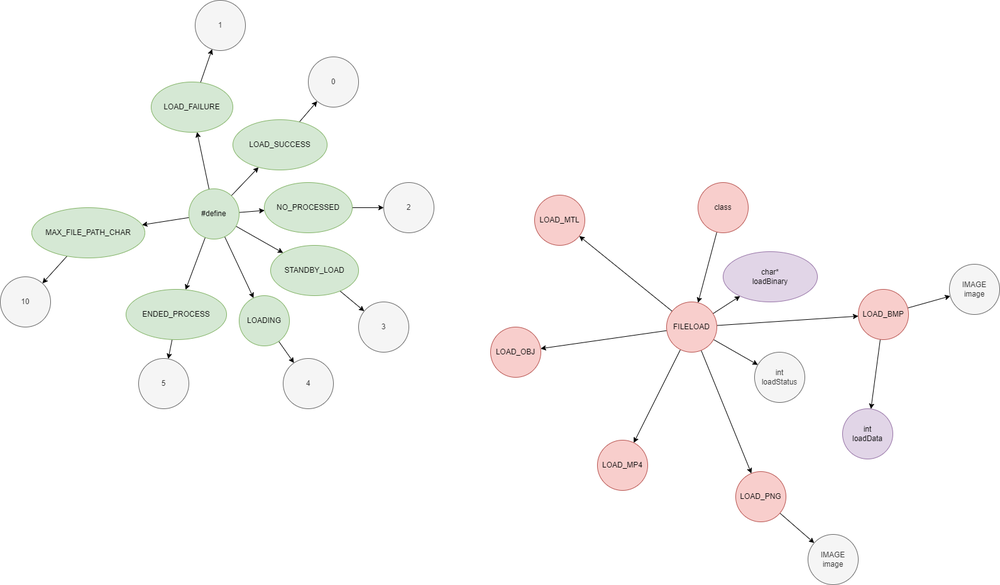
This is drawio/files/load/h.drawio.png from Tanso-mct/GLPA, a draw.io export, as it was before one commit. Source tidied: cells renumbered, new cells last; positions are measured from the earlier drawing's top-left corner, leaving out a move shared by most shapes.
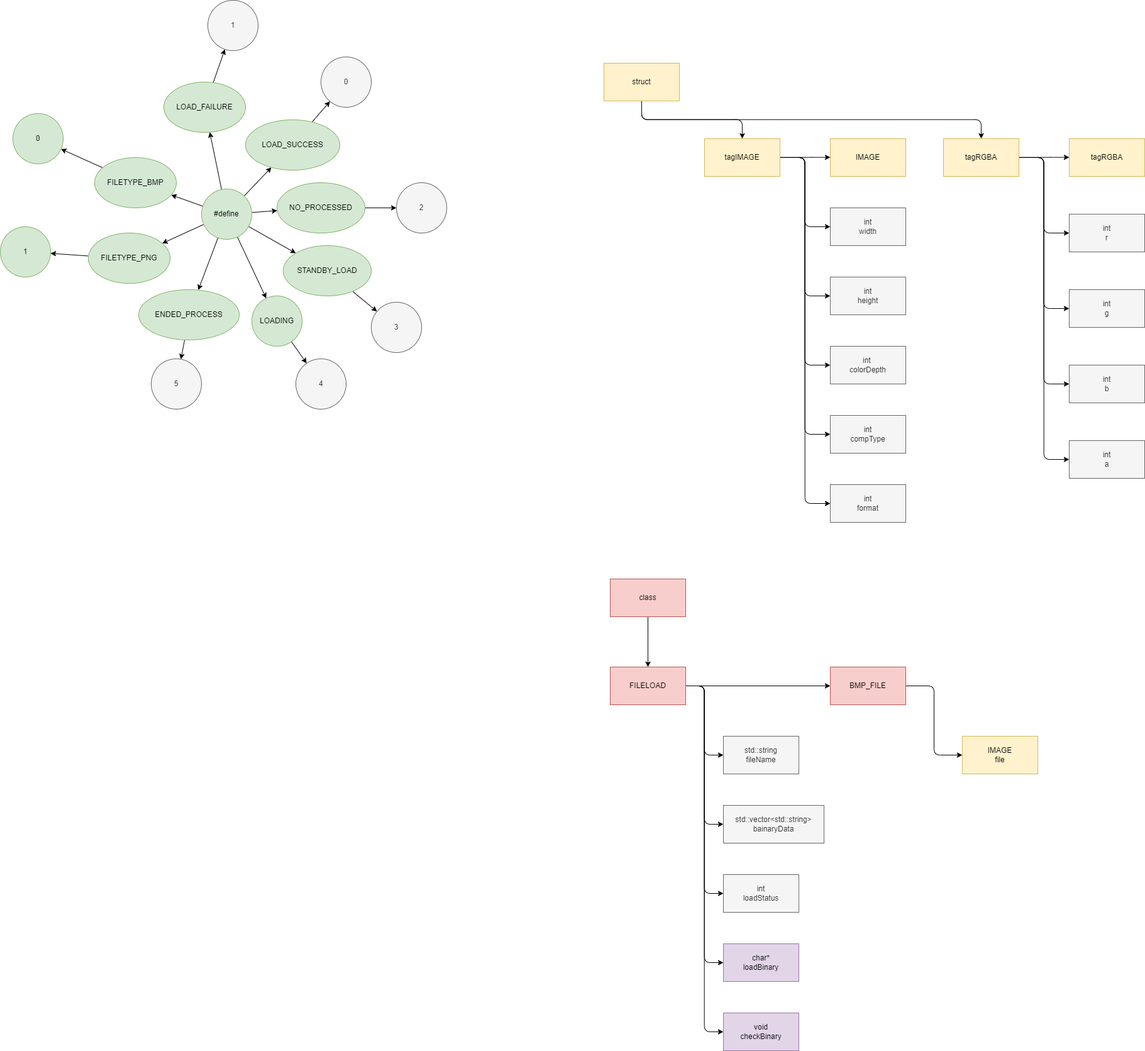
Later version of the same file.

Diff of the diagram source:
```diff
@@ -4,71 +4,52 @@
     <mxCell id="1" parent="0" />
-    <mxCell id="2" style="edgeStyle=none;html=1;fontFamily=Helvetica;fontSize=12;fontColor=#333333;" parent="1" edge="1" source="3" target="11">
-      <mxGeometry relative="1" as="geometry" />
-    </mxCell>
-    <mxCell id="3" value="class" style="ellipse;whiteSpace=wrap;html=1;fillColor=#f8cecc;strokeColor=#b85450;" parent="1" vertex="1">
-      <mxGeometry x="1110" y="290" width="80" height="80" as="geometry" />
-    </mxCell>
-    <mxCell id="4" style="edgeStyle=none;html=1;fontFamily=Helvetica;fontSize=12;fontColor=#333333;" parent="1" edge="1" source="11" target="14">
-      <mxGeometry relative="1" as="geometry" />
+    <mxCell id="4" style="edgeStyle=none;html=1;fontFamily=Helvetica;fontSize=12;fontColor=#333333;" parent="1" edge="1">
+      <mxGeometry relative="1" as="geometry">
+        <mxPoint x="1149.5" y="536.4" as="sourcePoint" />
+      </mxGeometry>
     </mxCell>
-    <mxCell id="5" style="edgeStyle=none;html=1;fontFamily=Helvetica;fontSize=12;fontColor=#333333;" parent="1" edge="1" source="11" target="15">
-      <mxGeometry relative="1" as="geometry" />
+    <mxCell id="5" style="edgeStyle=none;html=1;fontFamily=Helvetica;fontSize=12;fontColor=#333333;" parent="1" edge="1">
+      <mxGeometry relative="1" as="geometry">
+        <mxPoint x="1144.5" y="550.2" as="sourcePoint" />
+      </mxGeometry>
     </mxCell>
-    <mxCell id="6" style="edgeStyle=none;html=1;fontFamily=Helvetica;fontSize=12;fontColor=#333333;" parent="1" edge="1" source="11" target="17">
-      <mxGeometry relative="1" as="geometry" />
+    <mxCell id="6" style="edgeStyle=none;html=1;fontFamily=Helvetica;fontSize=12;fontColor=#333333;" parent="1" edge="1">
+      <mxGeometry relative="1" as="geometry">
+        <mxPoint x="1124.3" y="567.4" as="sourcePoint" />
+      </mxGeometry>
     </mxCell>
-    <mxCell id="7" style="edgeStyle=none;html=1;" parent="1" edge="1" source="11" target="22">
-      <mxGeometry relative="1" as="geometry" />
+    <mxCell id="7" style="edgeStyle=none;html=1;" parent="1" edge="1">
+      <mxGeometry relative="1" as="geometry">
+        <mxPoint x="1090.2" y="564.7" as="sourcePoint" />
+      </mxGeometry>
     </mxCell>
-    <mxCell id="8" style="edgeStyle=none;html=1;" parent="1" edge="1" source="11" target="23">
-      <mxGeometry relative="1" as="geometry" />
+    <mxCell id="8" style="edgeStyle=none;html=1;" parent="1" edge="1">
+      <mxGeometry relative="1" as="geometry">
+        <mxPoint x="1070.2" y="534.1" as="sourcePoint" />
+      </mxGeometry>
     </mxCell>
-    <mxCell id="9" style="edgeStyle=none;html=1;" parent="1" edge="1" source="11" target="24">
-      <mxGeometry relative="1" as="geometry" />
+    <mxCell id="9" style="edgeStyle=none;html=1;" parent="1" edge="1">
+      <mxGeometry relative="1" as="geometry">
+        <mxPoint x="1079" y="504.7" as="sourcePoint" />
+      </mxGeometry>
     </mxCell>
-    <mxCell id="10" style="edgeStyle=none;html=1;" parent="1" edge="1" source="11" target="18">
-      <mxGeometry relative="1" as="geometry" />
+    <mxCell id="10" style="edgeStyle=none;html=1;" parent="1" edge="1">
+      <mxGeometry relative="1" as="geometry">
+        <mxPoint x="1149.1" y="521.6" as="sourcePoint" />
+      </mxGeometry>
     </mxCell>
-    <mxCell id="11" value="FILELOAD" style="ellipse;whiteSpace=wrap;html=1;strokeColor=#b85450;fontFamily=Helvetica;fontSize=12;fillColor=#f8cecc;" parent="1" vertex="1">
-      <mxGeometry x="1060" y="480" width="80" height="80" as="geometry" />
-    </mxCell>
-    <mxCell id="12" style="edgeStyle=none;html=1;fontFamily=Helvetica;fontSize=12;fontColor=#333333;" parent="1" edge="1" source="14" target="19">
-      <mxGeometry relative="1" as="geometry" />
+    <mxCell id="12" style="edgeStyle=none;html=1;fontFamily=Helvetica;fontSize=12;fontColor=#333333;" parent="1" edge="1">
+      <mxGeometry relative="1" as="geometry">
+        <mxPoint x="1489.6" y="628.8" as="sourcePoint" />
+      </mxGeometry>
     </mxCell>
-    <mxCell id="13" style="edgeStyle=none;html=1;" parent="1" edge="1" source="14" target="20">
-      <mxGeometry relative="1" as="geometry" />
+    <mxCell id="13" style="edgeStyle=none;html=1;" parent="1" edge="1">
+      <mxGeometry relative="1" as="geometry">
+        <mxPoint x="1517.2" y="575.3" as="sourcePoint" />
+      </mxGeometry>
     </mxCell>
-    <mxCell id="14" value="LOAD_BMP" style="ellipse;whiteSpace=wrap;html=1;strokeColor=#b85450;fontFamily=Helvetica;fontSize=12;fillColor=#f8cecc;" parent="1" vertex="1">
-      <mxGeometry x="1365" y="460" width="80" height="80" as="geometry" />
-    </mxCell>
-    <mxCell id="15" value="int&lt;br&gt;loadStatus" style="ellipse;whiteSpace=wrap;html=1;strokeColor=#666666;fontFamily=Helvetica;fontSize=12;fontColor=#333333;fillColor=#f5f5f5;" parent="1" vertex="1">
-      <mxGeometry x="1200" y="560" width="80" height="80" as="geometry" />
-    </mxCell>
-    <mxCell id="16" style="edgeStyle=none;html=1;" parent="1" edge="1" source="17" target="21">
-      <mxGeometry relative="1" as="geometry" />
+    <mxCell id="16" style="edgeStyle=none;html=1;" parent="1" edge="1">
+      <mxGeometry relative="1" as="geometry">
+        <mxPoint x="1240.2" y="816.2" as="sourcePoint" />
+      </mxGeometry>
     </mxCell>
-    <mxCell id="17" value="LOAD_PNG" style="ellipse;whiteSpace=wrap;html=1;strokeColor=#b85450;fontFamily=Helvetica;fontSize=12;fillColor=#f8cecc;" parent="1" vertex="1">
-      <mxGeometry x="1170" y="750" width="80" height="80" as="geometry" />
-    </mxCell>
-    <mxCell id="18" value="char*&lt;br&gt;loadBinary" style="ellipse;whiteSpace=wrap;html=1;strokeColor=#9673a6;fontFamily=Helvetica;fontSize=12;fillColor=#e1d5e7;" parent="1" vertex="1">
-      <mxGeometry x="1150" y="400" width="150" height="80" as="geometry" />
-    </mxCell>
-    <mxCell id="19" value="int&lt;br&gt;loadData" style="ellipse;whiteSpace=wrap;html=1;strokeColor=#9673a6;fontFamily=Helvetica;fontSize=12;fillColor=#e1d5e7;" parent="1" vertex="1">
-      <mxGeometry x="1340" y="650" width="80" height="80" as="geometry" />
-    </mxCell>
-    <mxCell id="20" value="IMAGE&lt;br&gt;image" style="ellipse;whiteSpace=wrap;html=1;fillColor=#f5f5f5;fontColor=#333333;strokeColor=#666666;" parent="1" vertex="1">
-      <mxGeometry x="1510" y="420" width="80" height="80" as="geometry" />
-    </mxCell>
-    <mxCell id="21" value="IMAGE&lt;br&gt;image" style="ellipse;whiteSpace=wrap;html=1;fillColor=#f5f5f5;fontColor=#333333;strokeColor=#666666;" parent="1" vertex="1">
-      <mxGeometry x="1285" y="850" width="80" height="80" as="geometry" />
-    </mxCell>
-    <mxCell id="22" value="LOAD_MP4" style="ellipse;whiteSpace=wrap;html=1;fillColor=#f8cecc;strokeColor=#b85450;" parent="1" vertex="1">
-      <mxGeometry x="950" y="700" width="80" height="80" as="geometry" />
-    </mxCell>
-    <mxCell id="23" value="LOAD_OBJ" style="ellipse;whiteSpace=wrap;html=1;fillColor=#f8cecc;strokeColor=#b85450;" parent="1" vertex="1">
-      <mxGeometry x="780" y="520" width="80" height="80" as="geometry" />
-    </mxCell>
-    <mxCell id="24" value="LOAD_MTL" style="ellipse;whiteSpace=wrap;html=1;fillColor=#f8cecc;strokeColor=#b85450;" parent="1" vertex="1">
-      <mxGeometry x="850" y="310" width="80" height="80" as="geometry" />
-    </mxCell>
     <mxCell id="25" style="edgeStyle=none;html=1;fontFamily=Helvetica;fontSize=12;fontColor=#333333;" parent="1" edge="1" source="32" target="42">
@@ -91,5 +72,8 @@
     </mxCell>
-    <mxCell id="31" style="edgeStyle=none;html=1;" parent="1" edge="1" source="32" target="52">
-      <mxGeometry relative="1" as="geometry" />
-    </mxCell>
+    <mxCell id="54" style="edgeStyle=none;html=1;" parent="1" edge="1" source="32" target="51">
+      <mxGeometry relative="1" as="geometry" />
+    </mxCell>
+    <mxCell id="55" style="edgeStyle=none;html=1;" parent="1" edge="1" source="32" target="58">
+      <mxGeometry relative="1" as="geometry" />
+    </mxCell>
     <mxCell id="32" value="#define" style="ellipse;whiteSpace=wrap;html=1;fillColor=#d5e8d4;strokeColor=#82b366;" parent="1" vertex="1">
@@ -151,11 +135,157 @@
     </mxCell>
+    <mxCell id="56" style="edgeStyle=none;html=1;fontFamily=Helvetica;fontSize=12;fontColor=#333333;" parent="1" edge="1" source="51" target="59">
+      <mxGeometry relative="1" as="geometry" />
+    </mxCell>
-    <mxCell id="51" style="edgeStyle=none;html=1;fontFamily=Helvetica;fontSize=12;fontColor=#333333;" parent="1" edge="1" source="52" target="53">
-      <mxGeometry relative="1" as="geometry" />
+    <mxCell id="51" value="FILETYPE_BMP" style="ellipse;whiteSpace=wrap;html=1;fillColor=#d5e8d4;strokeColor=#82b366;" parent="1" vertex="1">
+      <mxGeometry x="130" y="250" width="130" height="80" as="geometry" />
     </mxCell>
-    <mxCell id="52" value="MAX_FILE_PATH_CHAR" style="ellipse;whiteSpace=wrap;html=1;fillColor=#d5e8d4;strokeColor=#82b366;" parent="1" vertex="1">
-      <mxGeometry x="50" y="330" width="180" height="80" as="geometry" />
-    </mxCell>
-    <mxCell id="53" value="10" style="ellipse;whiteSpace=wrap;html=1;fillColor=#f5f5f5;fontColor=#333333;strokeColor=#666666;" parent="1" vertex="1">
-      <mxGeometry y="440" width="80" height="80" as="geometry" />
-    </mxCell>
+    <mxCell id="57" style="edgeStyle=none;html=1;fontFamily=Helvetica;fontSize=12;fontColor=#333333;" parent="1" edge="1" source="58" target="60">
+      <mxGeometry relative="1" as="geometry" />
+    </mxCell>
+    <mxCell id="58" value="FILETYPE_PNG" style="ellipse;whiteSpace=wrap;html=1;fillColor=#d5e8d4;strokeColor=#82b366;" parent="1" vertex="1">
+      <mxGeometry x="120" y="370" width="130" height="80" as="geometry" />
+    </mxCell>
+    <mxCell id="59" value="0" style="ellipse;whiteSpace=wrap;html=1;fillColor=#d5e8d4;strokeColor=#82b366;" parent="1" vertex="1">
+      <mxGeometry y="180" width="80" height="80" as="geometry" />
+    </mxCell>
+    <mxCell id="60" value="1" style="ellipse;whiteSpace=wrap;html=1;fillColor=#d5e8d4;strokeColor=#82b366;" parent="1" vertex="1">
+      <mxGeometry x="-20" y="360" width="80" height="80" as="geometry" />
+    </mxCell>
+    <mxCell id="61" style="edgeStyle=none;html=1;fontFamily=Helvetica;fontSize=12;fontColor=#333333;" parent="1" edge="1" target="x">
+      <mxGeometry relative="1" as="geometry">
+        <mxPoint x="1179.2" y="-76.6" as="sourcePoint" />
+      </mxGeometry>
+    </mxCell>
+    <mxCell id="2" style="edgeStyle=elbowEdgeStyle;html=1;fontFamily=Helvetica;fontSize=12;fontColor=#333333;elbow=vertical;" parent="1" edge="1" source="3" target="11">
+      <mxGeometry relative="1" as="geometry" />
+    </mxCell>
+    <mxCell id="3" value="class" style="whiteSpace=wrap;html=1;strokeColor=#b85450;fontFamily=Helvetica;fontSize=12;fillColor=#f8cecc;" parent="1" vertex="1">
+      <mxGeometry x="950" y="920" width="120" height="60" as="geometry" />
+    </mxCell>
+    <mxCell id="62" style="edgeStyle=orthogonalEdgeStyle;html=1;fontFamily=Helvetica;fontSize=12;fontColor=#333333;" parent="1" edge="1" source="11" target="69">
+      <mxGeometry relative="1" as="geometry" />
+    </mxCell>
+    <mxCell id="63" style="edgeStyle=elbowEdgeStyle;html=1;fontFamily=Helvetica;fontSize=12;fontColor=#333333;" parent="1" edge="1" source="11" target="15">
+      <mxGeometry relative="1" as="geometry" />
+    </mxCell>
+    <mxCell id="64" style="edgeStyle=elbowEdgeStyle;html=1;fontFamily=Helvetica;fontSize=12;fontColor=#333333;" parent="1" edge="1" source="11" target="18">
+      <mxGeometry relative="1" as="geometry" />
+    </mxCell>
+    <mxCell id="65" style="edgeStyle=elbowEdgeStyle;html=1;fontFamily=Helvetica;fontSize=12;fontColor=#333333;" parent="1" edge="1" source="11" target="70">
+      <mxGeometry relative="1" as="geometry" />
+    </mxCell>
+    <mxCell id="66" style="edgeStyle=elbowEdgeStyle;html=1;fontFamily=Helvetica;fontSize=12;fontColor=#333333;" parent="1" edge="1" source="11" target="71">
+      <mxGeometry relative="1" as="geometry" />
+    </mxCell>
+    <mxCell id="67" style="edgeStyle=elbowEdgeStyle;html=1;fontFamily=Helvetica;fontSize=12;fontColor=#333333;" parent="1" edge="1" source="11" target="72">
+      <mxGeometry relative="1" as="geometry" />
+    </mxCell>
+    <mxCell id="11" value="FILELOAD" style="whiteSpace=wrap;html=1;fillColor=#f8cecc;strokeColor=#b85450;" parent="1" vertex="1">
+      <mxGeometry x="950" y="1060" width="120" height="60" as="geometry" />
+    </mxCell>
+    <mxCell id="68" style="edgeStyle=elbowEdgeStyle;html=1;fontFamily=Helvetica;fontSize=12;fontColor=#333333;" parent="1" edge="1" source="69" target="73">
+      <mxGeometry relative="1" as="geometry" />
+    </mxCell>
+    <mxCell id="69" value="BMP_FILE" style="whiteSpace=wrap;html=1;fillColor=#f8cecc;strokeColor=#b85450;" parent="1" vertex="1">
+      <mxGeometry x="1300" y="1060" width="120" height="60" as="geometry" />
+    </mxCell>
+    <mxCell id="15" value="int&lt;br&gt;loadStatus" style="whiteSpace=wrap;html=1;fillColor=#f5f5f5;strokeColor=#666666;fontColor=#333333;" parent="1" vertex="1">
+      <mxGeometry x="1130" y="1390" width="120" height="60" as="geometry" />
+    </mxCell>
+    <mxCell id="18" value="&lt;span style=&quot;color: rgb(0, 0, 0);&quot;&gt;char*&lt;/span&gt;&lt;br style=&quot;border-color: var(--border-color); color: rgb(0, 0, 0);&quot;&gt;&lt;span style=&quot;color: rgb(0, 0, 0);&quot;&gt;loadBinary&lt;/span&gt;" style="whiteSpace=wrap;html=1;strokeColor=#9673a6;fontFamily=Helvetica;fontSize=12;fillColor=#e1d5e7;" parent="1" vertex="1">
+      <mxGeometry x="1130" y="1500" width="120" height="60" as="geometry" />
+    </mxCell>
+    <mxCell id="70" value="void&lt;br&gt;checkBinary" style="whiteSpace=wrap;html=1;strokeColor=#9673a6;fontFamily=Helvetica;fontSize=12;fillColor=#e1d5e7;" parent="1" vertex="1">
+      <mxGeometry x="1130" y="1610" width="120" height="60" as="geometry" />
+    </mxCell>
+    <mxCell id="71" value="std::string&lt;br&gt;fileName" style="whiteSpace=wrap;html=1;strokeColor=#666666;fontFamily=Helvetica;fontSize=12;fontColor=#333333;fillColor=#f5f5f5;" parent="1" vertex="1">
+      <mxGeometry x="1130" y="1170" width="120" height="60" as="geometry" />
+    </mxCell>
+    <mxCell id="72" value="std::vector&amp;lt;std::string&amp;gt;&lt;br&gt;bainaryData" style="whiteSpace=wrap;html=1;strokeColor=#666666;fontFamily=Helvetica;fontSize=12;fontColor=#333333;fillColor=#f5f5f5;" parent="1" vertex="1">
+      <mxGeometry x="1130" y="1280" width="160" height="60" as="geometry" />
+    </mxCell>
+    <mxCell id="73" value="IMAGE&lt;br&gt;file" style="whiteSpace=wrap;html=1;fillColor=#fff2cc;strokeColor=#d6b656;fontFamily=Helvetica;fontSize=12;" parent="1" vertex="1">
+      <mxGeometry x="1510" y="1170" width="120" height="60" as="geometry" />
+    </mxCell>
+    <mxCell id="74" style="edgeStyle=elbowEdgeStyle;html=1;fontFamily=Helvetica;fontSize=12;fontColor=#333333;elbow=vertical;" parent="1" edge="1" source="76" target="83">
+      <mxGeometry relative="1" as="geometry" />
+    </mxCell>
+    <mxCell id="75" style="edgeStyle=elbowEdgeStyle;elbow=vertical;html=1;fontFamily=Helvetica;fontSize=12;fontColor=#333333;" parent="1" edge="1" source="76" target="94">
+      <mxGeometry relative="1" as="geometry" />
+    </mxCell>
+    <mxCell id="76" value="struct" style="whiteSpace=wrap;html=1;strokeColor=#d6b656;fontFamily=Helvetica;fontSize=12;fillColor=#fff2cc;" parent="1" vertex="1">
+      <mxGeometry x="940" y="100" width="120" height="60" as="geometry" />
+    </mxCell>
+    <mxCell id="77" style="edgeStyle=elbowEdgeStyle;html=1;" parent="1" edge="1" source="83" target="84">
+      <mxGeometry relative="1" as="geometry" />
+    </mxCell>
+    <mxCell id="78" style="edgeStyle=elbowEdgeStyle;html=1;" parent="1" edge="1" source="83" target="85">
+      <mxGeometry relative="1" as="geometry" />
+    </mxCell>
+    <mxCell id="79" style="edgeStyle=elbowEdgeStyle;html=1;" parent="1" edge="1" source="83" target="86">
+      <mxGeometry relative="1" as="geometry" />
+    </mxCell>
+    <mxCell id="80" style="edgeStyle=elbowEdgeStyle;html=1;fontFamily=Helvetica;fontSize=12;fontColor=#333333;" parent="1" edge="1" source="83" target="87">
+      <mxGeometry relative="1" as="geometry" />
+    </mxCell>
+    <mxCell id="81" style="edgeStyle=elbowEdgeStyle;html=1;fontFamily=Helvetica;fontSize=12;fontColor=#333333;" parent="1" edge="1" source="83" target="88">
+      <mxGeometry relative="1" as="geometry" />
+    </mxCell>
+    <mxCell id="82" style="edgeStyle=elbowEdgeStyle;elbow=vertical;html=1;fontFamily=Helvetica;fontSize=12;fontColor=#333333;" parent="1" edge="1" source="83" target="95">
+      <mxGeometry relative="1" as="geometry" />
+    </mxCell>
+    <mxCell id="83" value="tagIMAGE" style="whiteSpace=wrap;html=1;strokeColor=#d6b656;fontFamily=Helvetica;fontSize=12;fillColor=#fff2cc;" parent="1" vertex="1">
+      <mxGeometry x="1100" y="220" width="120" height="60" as="geometry" />
+    </mxCell>
+    <mxCell id="84" value="int&lt;br style=&quot;border-color: var(--border-color);&quot;&gt;width" style="whiteSpace=wrap;html=1;fillColor=#f5f5f5;strokeColor=#666666;fontColor=#333333;" parent="1" vertex="1">
+      <mxGeometry x="1300" y="330" width="120" height="60" as="geometry" />
+    </mxCell>
+    <mxCell id="85" value="int&lt;br style=&quot;border-color: var(--border-color);&quot;&gt;height" style="whiteSpace=wrap;html=1;fillColor=#f5f5f5;strokeColor=#666666;fontColor=#333333;" parent="1" vertex="1">
+      <mxGeometry x="1300" y="440" width="120" height="60" as="geometry" />
+    </mxCell>
+    <mxCell id="86" value="int&amp;nbsp;&lt;br style=&quot;border-color: var(--border-color);&quot;&gt;colorDepth" style="whiteSpace=wrap;html=1;fillColor=#f5f5f5;strokeColor=#666666;fontColor=#333333;" parent="1" vertex="1">
+      <mxGeometry x="1300" y="550" width="120" height="60" as="geometry" />
+    </mxCell>
+    <mxCell id="87" value="&lt;span style=&quot;color: rgb(51, 51, 51);&quot;&gt;int&lt;/span&gt;&lt;br style=&quot;border-color: var(--border-color); color: rgb(51, 51, 51);&quot;&gt;&lt;span style=&quot;color: rgb(51, 51, 51);&quot;&gt;compType&lt;/span&gt;" style="whiteSpace=wrap;html=1;fillColor=#f5f5f5;fontColor=#333333;strokeColor=#666666;" parent="1" vertex="1">
+      <mxGeometry x="1300" y="660" width="120" height="60" as="geometry" />
+    </mxCell>
+    <mxCell id="88" value="int&lt;br style=&quot;border-color: var(--border-color);&quot;&gt;format" style="whiteSpace=wrap;html=1;strokeColor=#666666;fontFamily=Helvetica;fontSize=12;fontColor=#333333;fillColor=#f5f5f5;" parent="1" vertex="1">
+      <mxGeometry x="1300" y="770" width="120" height="60" as="geometry" />
+    </mxCell>
+    <mxCell id="89" style="edgeStyle=elbowEdgeStyle;elbow=vertical;html=1;fontFamily=Helvetica;fontSize=12;fontColor=#333333;" parent="1" edge="1" source="94" target="96">
+      <mxGeometry relative="1" as="geometry" />
+    </mxCell>
+    <mxCell id="90" style="edgeStyle=elbowEdgeStyle;html=1;fontFamily=Helvetica;fontSize=12;fontColor=#333333;" parent="1" edge="1" source="94" target="97">
+      <mxGeometry relative="1" as="geometry" />
+    </mxCell>
+    <mxCell id="91" style="edgeStyle=elbowEdgeStyle;html=1;fontFamily=Helvetica;fontSize=12;fontColor=#333333;" parent="1" edge="1" source="94" target="98">
+      <mxGeometry relative="1" as="geometry" />
+    </mxCell>
+    <mxCell id="92" style="edgeStyle=elbowEdgeStyle;html=1;fontFamily=Helvetica;fontSize=12;fontColor=#333333;" parent="1" edge="1" source="94" target="99">
+      <mxGeometry relative="1" as="geometry" />
+    </mxCell>
+    <mxCell id="93" style="edgeStyle=elbowEdgeStyle;html=1;fontFamily=Helvetica;fontSize=12;fontColor=#333333;" parent="1" edge="1" source="94" target="100">
+      <mxGeometry relative="1" as="geometry" />
+    </mxCell>
+    <mxCell id="94" value="&lt;span style=&quot;color: rgb(0, 0, 0);&quot;&gt;tagRGBA&lt;/span&gt;" style="whiteSpace=wrap;html=1;strokeColor=#d6b656;fontFamily=Helvetica;fontSize=12;fillColor=#fff2cc;" parent="1" vertex="1">
+      <mxGeometry x="1480" y="220" width="120" height="60" as="geometry" />
+    </mxCell>
+    <mxCell id="95" value="IMAGE" style="whiteSpace=wrap;html=1;fillColor=#fff2cc;strokeColor=#d6b656;" parent="1" vertex="1">
+      <mxGeometry x="1300" y="220" width="120" height="60" as="geometry" />
+    </mxCell>
+    <mxCell id="96" value="tagRGBA" style="whiteSpace=wrap;html=1;fillColor=#fff2cc;strokeColor=#d6b656;" parent="1" vertex="1">
+      <mxGeometry x="1680" y="220" width="120" height="60" as="geometry" />
+    </mxCell>
+    <mxCell id="97" value="int&lt;br style=&quot;border-color: var(--border-color);&quot;&gt;r" style="whiteSpace=wrap;html=1;fillColor=#f5f5f5;strokeColor=#666666;fontColor=#333333;" parent="1" vertex="1">
+      <mxGeometry x="1680" y="340" width="120" height="60" as="geometry" />
+    </mxCell>
+    <mxCell id="98" value="int&lt;br style=&quot;border-color: var(--border-color);&quot;&gt;g" style="whiteSpace=wrap;html=1;fillColor=#f5f5f5;strokeColor=#666666;fontColor=#333333;" parent="1" vertex="1">
+      <mxGeometry x="1680" y="460" width="120" height="60" as="geometry" />
+    </mxCell>
+    <mxCell id="99" value="int&lt;br style=&quot;border-color: var(--border-color);&quot;&gt;b" style="whiteSpace=wrap;html=1;fillColor=#f5f5f5;strokeColor=#666666;fontColor=#333333;" parent="1" vertex="1">
+      <mxGeometry x="1680" y="580" width="120" height="60" as="geometry" />
+    </mxCell>
+    <mxCell id="100" value="int&lt;br style=&quot;border-color: var(--border-color);&quot;&gt;a" style="whiteSpace=wrap;html=1;fillColor=#f5f5f5;strokeColor=#666666;fontColor=#333333;" parent="1" vertex="1">
+      <mxGeometry x="1680" y="700" width="120" height="60" as="geometry" />
+    </mxCell>
   </root>
```
